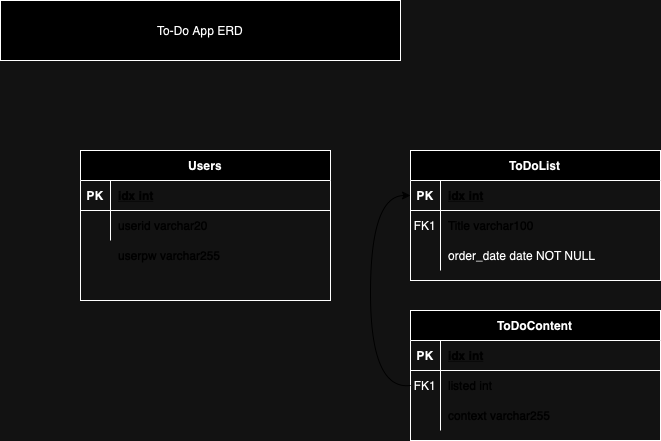
Earlier version of the draw.io export To-Do App ERD.png (imaneya/clush-todo-backend). Source tidied: cells renumbered, new cells last; positions are measured from the earlier drawing's top-left corner, leaving out a move shared by most shapes. The source it was exported from:
```xml
<mxGraphModel>
  <root>
    <mxCell id="0" />
    <mxCell id="1" parent="0" />
    <mxCell id="2" value="ToDoList" style="shape=table;startSize=30;rowLines=0;fontStyle=1;align=center;" parent="1" vertex="1">
      <mxGeometry x="410" y="150" width="250" height="130" as="geometry" />
    </mxCell>
    <mxCell id="3" style="shape=partialRectangle;fillColor=none;points=[[0,0.5],[1,0.5]];portConstraint=eastwest;top=0;left=0;right=0;bottom=1;fontColor=#FFFFFF;" parent="2" vertex="1">
      <mxGeometry y="30" width="250" height="30" as="geometry" />
    </mxCell>
    <mxCell id="4" value="PK" style="shape=partialRectangle;overflow=hidden;fillColor=none;top=0;left=0;bottom=0;right=0;fontStyle=1;" parent="3" vertex="1">
      <mxGeometry width="30" height="30" as="geometry" />
    </mxCell>
    <mxCell id="5" value="idx int" style="shape=partialRectangle;overflow=hidden;fillColor=none;top=0;left=0;bottom=0;right=0;align=left;spacingLeft=6;fontStyle=5;fontColor=#FFFFFF;" parent="3" vertex="1">
      <mxGeometry x="30" width="220" height="30" as="geometry" />
    </mxCell>
    <mxCell id="6" style="shape=partialRectangle;fillColor=none;top=0;left=0;right=0;bottom=0;" parent="2" vertex="1">
      <mxGeometry y="60" width="250" height="30" as="geometry" />
    </mxCell>
    <mxCell id="7" value="FK1" style="shape=partialRectangle;overflow=hidden;fillColor=none;top=0;left=0;bottom=0;right=0;" parent="6" vertex="1">
      <mxGeometry width="30" height="30" as="geometry" />
    </mxCell>
    <mxCell id="8" value="Title varchar100 " style="shape=partialRectangle;overflow=hidden;fillColor=none;top=0;left=0;bottom=0;right=0;align=left;spacingLeft=6;fontColor=#FFFFFF;" parent="6" vertex="1">
      <mxGeometry x="30" width="220" height="30" as="geometry" />
    </mxCell>
    <mxCell id="9" style="shape=partialRectangle;fillColor=none;top=0;left=0;right=0;bottom=0;" parent="2" vertex="1">
      <mxGeometry y="90" width="250" height="30" as="geometry" />
    </mxCell>
    <mxCell id="10" style="shape=partialRectangle;overflow=hidden;fillColor=none;top=0;left=0;bottom=0;right=0;" parent="9" vertex="1">
      <mxGeometry width="30" height="30" as="geometry" />
    </mxCell>
    <mxCell id="11" value="order_date date NOT NULL" style="shape=partialRectangle;overflow=hidden;fillColor=none;top=0;left=0;bottom=0;right=0;align=left;spacingLeft=6;" parent="9" vertex="1">
      <mxGeometry x="30" width="220" height="30" as="geometry" />
    </mxCell>
    <mxCell id="12" value="ToDoContent" style="shape=table;startSize=30;rowLines=0;fontStyle=1;align=center;" parent="1" vertex="1">
      <mxGeometry x="410" y="310" width="250" height="130" as="geometry" />
    </mxCell>
    <mxCell id="13" style="shape=partialRectangle;fillColor=none;top=0;left=0;right=0;bottom=1;" parent="12" vertex="1">
      <mxGeometry y="30" width="250" height="30" as="geometry" />
    </mxCell>
    <mxCell id="14" value="PK" style="shape=partialRectangle;overflow=hidden;fillColor=none;top=0;left=0;bottom=0;right=0;fontStyle=1;" parent="13" vertex="1">
      <mxGeometry width="30" height="30" as="geometry" />
    </mxCell>
    <mxCell id="15" value="idx int" style="shape=partialRectangle;overflow=hidden;fillColor=none;top=0;left=0;bottom=0;right=0;align=left;spacingLeft=6;fontStyle=5;fontColor=#FFFFFF;" parent="13" vertex="1">
      <mxGeometry x="30" width="220" height="30" as="geometry" />
    </mxCell>
    <mxCell id="16" style="shape=partialRectangle;fillColor=none;points=[[0,0.5],[1,0.5]];portConstraint=eastwest;top=0;left=0;right=0;bottom=0;" parent="12" vertex="1">
      <mxGeometry y="60" width="250" height="30" as="geometry" />
    </mxCell>
    <mxCell id="17" value="FK1" style="shape=partialRectangle;overflow=hidden;fillColor=none;top=0;left=0;bottom=0;right=0;" parent="16" vertex="1">
      <mxGeometry width="30" height="30" as="geometry" />
    </mxCell>
    <mxCell id="18" value="listed int" style="shape=partialRectangle;overflow=hidden;fillColor=none;top=0;left=0;bottom=0;right=0;align=left;spacingLeft=6;fontColor=#FFFFFF;" parent="16" vertex="1">
      <mxGeometry x="30" width="220" height="30" as="geometry" />
    </mxCell>
    <mxCell id="19" style="shape=partialRectangle;fillColor=none;top=0;left=0;right=0;bottom=0;" parent="12" vertex="1">
      <mxGeometry y="90" width="250" height="30" as="geometry" />
    </mxCell>
    <mxCell id="20" style="shape=partialRectangle;overflow=hidden;fillColor=none;top=0;left=0;bottom=0;right=0;" parent="19" vertex="1">
      <mxGeometry width="30" height="30" as="geometry" />
    </mxCell>
    <mxCell id="21" value="context varchar255" style="shape=partialRectangle;overflow=hidden;fillColor=none;top=0;left=0;bottom=0;right=0;align=left;spacingLeft=6;fontColor=#FFFFFF;" parent="19" vertex="1">
      <mxGeometry x="30" width="220" height="30" as="geometry" />
    </mxCell>
    <mxCell id="22" value="Users" style="shape=table;startSize=30;rowLines=0;fontStyle=1;align=center;" parent="1" vertex="1">
      <mxGeometry x="80" y="150" width="250" height="150" as="geometry" />
    </mxCell>
    <mxCell id="23" style="shape=partialRectangle;fillColor=none;top=0;left=0;right=0;bottom=1;" parent="22" vertex="1">
      <mxGeometry y="30" width="250" height="30" as="geometry" />
    </mxCell>
    <mxCell id="24" value="PK" style="shape=partialRectangle;overflow=hidden;fillColor=none;top=0;left=0;bottom=0;right=0;fontStyle=1;" parent="23" vertex="1">
      <mxGeometry width="30" height="30" as="geometry" />
    </mxCell>
    <mxCell id="25" value="idx int" style="shape=partialRectangle;overflow=hidden;fillColor=none;top=0;left=0;bottom=0;right=0;align=left;spacingLeft=6;fontStyle=5;fontColor=#FFFFFF;" parent="23" vertex="1">
      <mxGeometry x="30" width="220" height="30" as="geometry" />
    </mxCell>
    <mxCell id="26" style="shape=partialRectangle;fillColor=none;top=0;left=0;right=0;bottom=0;" parent="22" vertex="1">
      <mxGeometry y="60" width="250" height="30" as="geometry" />
    </mxCell>
    <mxCell id="27" style="shape=partialRectangle;overflow=hidden;fillColor=none;top=0;left=0;bottom=0;right=0;" parent="26" vertex="1">
      <mxGeometry width="30" height="30" as="geometry" />
    </mxCell>
    <mxCell id="28" value="userid varchar20" style="shape=partialRectangle;overflow=hidden;fillColor=none;top=0;left=0;bottom=0;right=0;align=left;spacingLeft=6;fontColor=#FFFFFF;" parent="26" vertex="1">
      <mxGeometry x="30" width="220" height="30" as="geometry" />
    </mxCell>
    <mxCell id="29" style="shape=partialRectangle;overflow=hidden;fillColor=none;top=0;left=0;bottom=0;right=0;" parent="1" vertex="1">
      <mxGeometry x="80" y="240" width="30" height="30" as="geometry" />
    </mxCell>
    <mxCell id="30" value="userpw varchar255" style="shape=partialRectangle;overflow=hidden;fillColor=none;top=0;left=0;bottom=0;right=0;align=left;spacingLeft=6;fontColor=#FFFFFF;" parent="1" vertex="1">
      <mxGeometry x="110" y="240" width="220" height="30" as="geometry" />
    </mxCell>
    <mxCell id="31" style="curved=1;endArrow=classic;html=1;rounded=0;entryX=0;entryY=0.5;entryDx=0;entryDy=0;exitX=0;exitY=0.5;exitDx=0;exitDy=0;strokeColor=#FFFFFF;" parent="1" edge="1" source="16" target="3">
      <mxGeometry relative="1" as="geometry">
        <Array as="points">
          <mxPoint x="370" y="390" />
          <mxPoint x="370" y="195" />
        </Array>
      </mxGeometry>
    </mxCell>
    <mxCell id="32" value="To-Do App ERD" style="rounded=0;whiteSpace=wrap;html=1;" parent="1" vertex="1">
      <mxGeometry width="400" height="60" as="geometry" />
    </mxCell>
  </root>
</mxGraphModel>
```
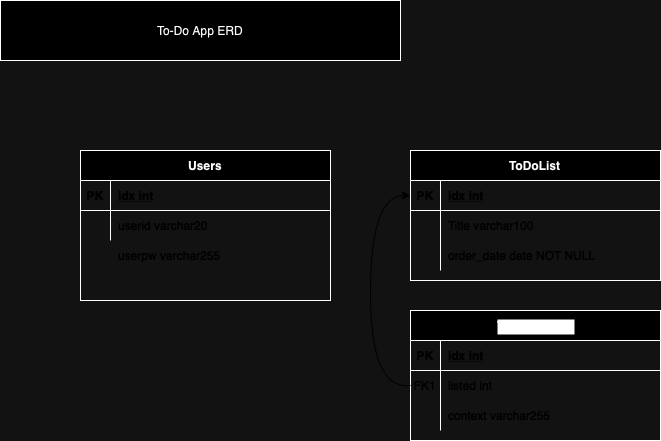
Above is the later version.

Commit message:
To-Do App ERD.png이 추가되었습니다.

The edit, as a diff of the source:
```diff
@@ -8,55 +8,55 @@
     <mxCell id="3" style="shape=partialRectangle;fillColor=none;points=[[0,0.5],[1,0.5]];portConstraint=eastwest;top=0;left=0;right=0;bottom=1;fontColor=#FFFFFF;" parent="2" vertex="1">
       <mxGeometry y="30" width="250" height="30" as="geometry" />
     </mxCell>
-    <mxCell id="4" value="PK" style="shape=partialRectangle;overflow=hidden;fillColor=none;top=0;left=0;bottom=0;right=0;fontStyle=1;" parent="3" vertex="1">
+    <mxCell id="4" value="PK" style="shape=partialRectangle;overflow=hidden;fillColor=none;top=0;left=0;bottom=0;right=0;fontStyle=1;fontColor=#FFFFFF;" parent="3" vertex="1">
       <mxGeometry width="30" height="30" as="geometry" />
     </mxCell>
     <mxCell id="5" value="idx int" style="shape=partialRectangle;overflow=hidden;fillColor=none;top=0;left=0;bottom=0;right=0;align=left;spacingLeft=6;fontStyle=5;fontColor=#FFFFFF;" parent="3" vertex="1">
       <mxGeometry x="30" width="220" height="30" as="geometry" />
     </mxCell>
-    <mxCell id="6" style="shape=partialRectangle;fillColor=none;top=0;left=0;right=0;bottom=0;" parent="2" vertex="1">
+    <mxCell id="6" style="shape=partialRectangle;fillColor=none;top=0;left=0;right=0;bottom=0;fontColor=#FFFFFF;" parent="2" vertex="1">
       <mxGeometry y="60" width="250" height="30" as="geometry" />
     </mxCell>
-    <mxCell id="7" value="FK1" style="shape=partialRectangle;overflow=hidden;fillColor=none;top=0;left=0;bottom=0;right=0;" parent="6" vertex="1">
+    <mxCell id="7" style="shape=partialRectangle;overflow=hidden;fillColor=none;top=0;left=0;bottom=0;right=0;fontColor=#FFFFFF;" parent="6" vertex="1">
       <mxGeometry width="30" height="30" as="geometry" />
     </mxCell>
     <mxCell id="8" value="Title varchar100 " style="shape=partialRectangle;overflow=hidden;fillColor=none;top=0;left=0;bottom=0;right=0;align=left;spacingLeft=6;fontColor=#FFFFFF;" parent="6" vertex="1">
       <mxGeometry x="30" width="220" height="30" as="geometry" />
     </mxCell>
-    <mxCell id="9" style="shape=partialRectangle;fillColor=none;top=0;left=0;right=0;bottom=0;" parent="2" vertex="1">
+    <mxCell id="9" style="shape=partialRectangle;fillColor=none;top=0;left=0;right=0;bottom=0;fontColor=#FFFFFF;" parent="2" vertex="1">
       <mxGeometry y="90" width="250" height="30" as="geometry" />
     </mxCell>
-    <mxCell id="10" style="shape=partialRectangle;overflow=hidden;fillColor=none;top=0;left=0;bottom=0;right=0;" parent="9" vertex="1">
+    <mxCell id="10" style="shape=partialRectangle;overflow=hidden;fillColor=none;top=0;left=0;bottom=0;right=0;fontColor=#FFFFFF;" parent="9" vertex="1">
       <mxGeometry width="30" height="30" as="geometry" />
     </mxCell>
-    <mxCell id="11" value="order_date date NOT NULL" style="shape=partialRectangle;overflow=hidden;fillColor=none;top=0;left=0;bottom=0;right=0;align=left;spacingLeft=6;" parent="9" vertex="1">
+    <mxCell id="11" value="order_date date NOT NULL" style="shape=partialRectangle;overflow=hidden;fillColor=none;top=0;left=0;bottom=0;right=0;align=left;spacingLeft=6;fontColor=#FFFFFF;" parent="9" vertex="1">
       <mxGeometry x="30" width="220" height="30" as="geometry" />
     </mxCell>
-    <mxCell id="12" value="ToDoContent" style="shape=table;startSize=30;rowLines=0;fontStyle=1;align=center;" parent="1" vertex="1">
+    <mxCell id="12" value="ToDoContent" style="shape=table;startSize=30;rowLines=0;fontStyle=1;align=center;labelBackgroundColor=#000000;" parent="1" vertex="1">
       <mxGeometry x="410" y="310" width="250" height="130" as="geometry" />
     </mxCell>
-    <mxCell id="13" style="shape=partialRectangle;fillColor=none;top=0;left=0;right=0;bottom=1;" parent="12" vertex="1">
+    <mxCell id="13" style="shape=partialRectangle;fillColor=none;top=0;left=0;right=0;bottom=1;fontColor=#FFFFFF;" parent="12" vertex="1">
       <mxGeometry y="30" width="250" height="30" as="geometry" />
     </mxCell>
-    <mxCell id="14" value="PK" style="shape=partialRectangle;overflow=hidden;fillColor=none;top=0;left=0;bottom=0;right=0;fontStyle=1;" parent="13" vertex="1">
+    <mxCell id="14" value="PK" style="shape=partialRectangle;overflow=hidden;fillColor=none;top=0;left=0;bottom=0;right=0;fontStyle=1;fontColor=#FFFFFF;" parent="13" vertex="1">
       <mxGeometry width="30" height="30" as="geometry" />
     </mxCell>
     <mxCell id="15" value="idx int" style="shape=partialRectangle;overflow=hidden;fillColor=none;top=0;left=0;bottom=0;right=0;align=left;spacingLeft=6;fontStyle=5;fontColor=#FFFFFF;" parent="13" vertex="1">
       <mxGeometry x="30" width="220" height="30" as="geometry" />
     </mxCell>
-    <mxCell id="16" style="shape=partialRectangle;fillColor=none;points=[[0,0.5],[1,0.5]];portConstraint=eastwest;top=0;left=0;right=0;bottom=0;" parent="12" vertex="1">
+    <mxCell id="16" style="shape=partialRectangle;fillColor=none;points=[[0,0.5],[1,0.5]];portConstraint=eastwest;top=0;left=0;right=0;bottom=0;fontColor=#FFFFFF;" parent="12" vertex="1">
       <mxGeometry y="60" width="250" height="30" as="geometry" />
     </mxCell>
-    <mxCell id="17" value="FK1" style="shape=partialRectangle;overflow=hidden;fillColor=none;top=0;left=0;bottom=0;right=0;" parent="16" vertex="1">
+    <mxCell id="17" value="FK1" style="shape=partialRectangle;overflow=hidden;fillColor=none;top=0;left=0;bottom=0;right=0;fontColor=#FFFFFF;" parent="16" vertex="1">
       <mxGeometry width="30" height="30" as="geometry" />
     </mxCell>
     <mxCell id="18" value="listed int" style="shape=partialRectangle;overflow=hidden;fillColor=none;top=0;left=0;bottom=0;right=0;align=left;spacingLeft=6;fontColor=#FFFFFF;" parent="16" vertex="1">
       <mxGeometry x="30" width="220" height="30" as="geometry" />
     </mxCell>
-    <mxCell id="19" style="shape=partialRectangle;fillColor=none;top=0;left=0;right=0;bottom=0;" parent="12" vertex="1">
+    <mxCell id="19" style="shape=partialRectangle;fillColor=none;top=0;left=0;right=0;bottom=0;fontColor=#FFFFFF;" parent="12" vertex="1">
       <mxGeometry y="90" width="250" height="30" as="geometry" />
     </mxCell>
-    <mxCell id="20" style="shape=partialRectangle;overflow=hidden;fillColor=none;top=0;left=0;bottom=0;right=0;" parent="19" vertex="1">
+    <mxCell id="20" style="shape=partialRectangle;overflow=hidden;fillColor=none;top=0;left=0;bottom=0;right=0;fontColor=#FFFFFF;" parent="19" vertex="1">
       <mxGeometry width="30" height="30" as="geometry" />
     </mxCell>
     <mxCell id="21" value="context varchar255" style="shape=partialRectangle;overflow=hidden;fillColor=none;top=0;left=0;bottom=0;right=0;align=left;spacingLeft=6;fontColor=#FFFFFF;" parent="19" vertex="1">
@@ -65,25 +65,25 @@
     <mxCell id="22" value="Users" style="shape=table;startSize=30;rowLines=0;fontStyle=1;align=center;" parent="1" vertex="1">
       <mxGeometry x="80" y="150" width="250" height="150" as="geometry" />
     </mxCell>
-    <mxCell id="23" style="shape=partialRectangle;fillColor=none;top=0;left=0;right=0;bottom=1;" parent="22" vertex="1">
+    <mxCell id="23" style="shape=partialRectangle;fillColor=none;top=0;left=0;right=0;bottom=1;fontColor=#FFFFFF;" parent="22" vertex="1">
       <mxGeometry y="30" width="250" height="30" as="geometry" />
     </mxCell>
-    <mxCell id="24" value="PK" style="shape=partialRectangle;overflow=hidden;fillColor=none;top=0;left=0;bottom=0;right=0;fontStyle=1;" parent="23" vertex="1">
+    <mxCell id="24" value="PK" style="shape=partialRectangle;overflow=hidden;fillColor=none;top=0;left=0;bottom=0;right=0;fontStyle=1;fontColor=#FFFFFF;" parent="23" vertex="1">
       <mxGeometry width="30" height="30" as="geometry" />
     </mxCell>
     <mxCell id="25" value="idx int" style="shape=partialRectangle;overflow=hidden;fillColor=none;top=0;left=0;bottom=0;right=0;align=left;spacingLeft=6;fontStyle=5;fontColor=#FFFFFF;" parent="23" vertex="1">
       <mxGeometry x="30" width="220" height="30" as="geometry" />
     </mxCell>
-    <mxCell id="26" style="shape=partialRectangle;fillColor=none;top=0;left=0;right=0;bottom=0;" parent="22" vertex="1">
+    <mxCell id="26" style="shape=partialRectangle;fillColor=none;top=0;left=0;right=0;bottom=0;fontColor=#FFFFFF;" parent="22" vertex="1">
       <mxGeometry y="60" width="250" height="30" as="geometry" />
     </mxCell>
-    <mxCell id="27" style="shape=partialRectangle;overflow=hidden;fillColor=none;top=0;left=0;bottom=0;right=0;" parent="26" vertex="1">
+    <mxCell id="27" style="shape=partialRectangle;overflow=hidden;fillColor=none;top=0;left=0;bottom=0;right=0;fontColor=#FFFFFF;" parent="26" vertex="1">
       <mxGeometry width="30" height="30" as="geometry" />
     </mxCell>
     <mxCell id="28" value="userid varchar20" style="shape=partialRectangle;overflow=hidden;fillColor=none;top=0;left=0;bottom=0;right=0;align=left;spacingLeft=6;fontColor=#FFFFFF;" parent="26" vertex="1">
       <mxGeometry x="30" width="220" height="30" as="geometry" />
     </mxCell>
-    <mxCell id="29" style="shape=partialRectangle;overflow=hidden;fillColor=none;top=0;left=0;bottom=0;right=0;" parent="1" vertex="1">
+    <mxCell id="29" style="shape=partialRectangle;overflow=hidden;fillColor=none;top=0;left=0;bottom=0;right=0;fontColor=#FFFFFF;" parent="1" vertex="1">
       <mxGeometry x="80" y="240" width="30" height="30" as="geometry" />
     </mxCell>
     <mxCell id="30" value="userpw varchar255" style="shape=partialRectangle;overflow=hidden;fillColor=none;top=0;left=0;bottom=0;right=0;align=left;spacingLeft=6;fontColor=#FFFFFF;" parent="1" vertex="1">
```
